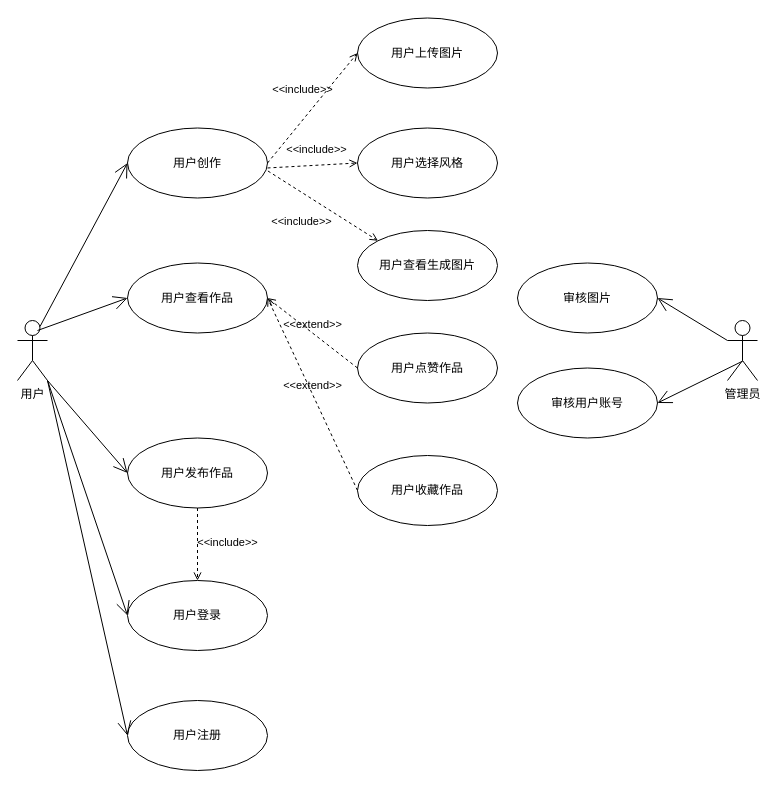
This is page "用户用例" (1 of 2) of doc/业务用例图.drawio from jwj1342/VanGogh, a draw.io file, before an edit. Source tidied: cells renumbered, new cells numbered last; positions are measured from the earlier drawing's top-left corner, leaving out a move shared by most shapes. Both pictures are drawn from the tidied source at 100%, with x=0, y=0 at pixel (17, 18).
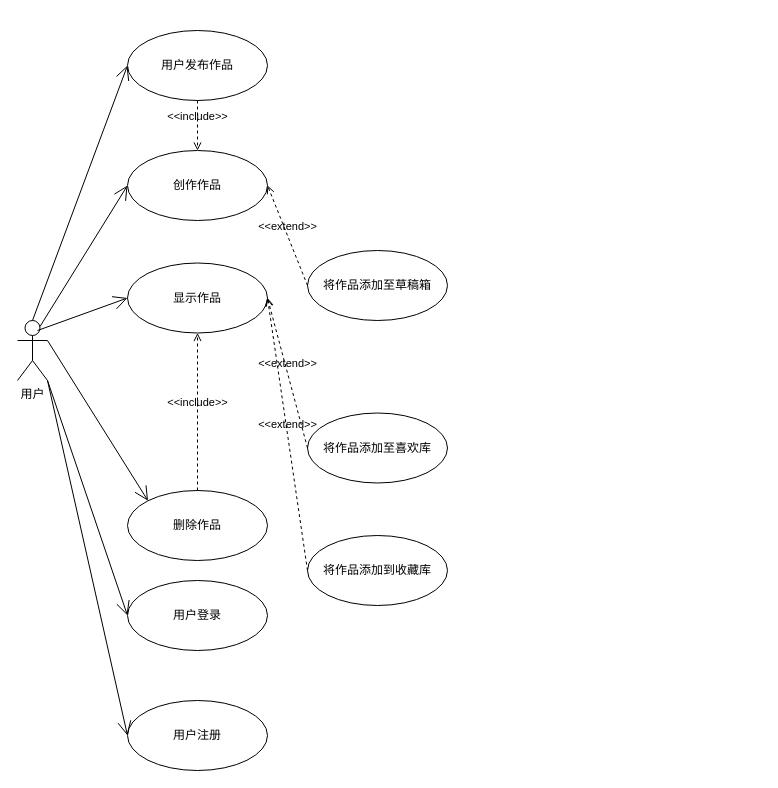
After the change.

Commit message:
完成用例图

The change refers to these unchanged cells:
```xml
<mxCell id="10" value="用户" style="shape=umlActor;verticalLabelPosition=bottom;verticalAlign=top;html=1;" parent="1" vertex="1">
  <mxGeometry y="302" width="30" height="60" as="geometry" />
</mxCell>
<mxCell id="15" value="用户登录" style="ellipse;whiteSpace=wrap;html=1;" parent="1" vertex="1">
  <mxGeometry x="110" y="562" width="140" height="70" as="geometry" />
</mxCell>
```

The edit, as a diff of the source:
```diff
@@
-    <mxCell id="2" value="管理员" style="shape=umlActor;verticalLabelPosition=bottom;verticalAlign=top;html=1;" parent="1" vertex="1">
-      <mxGeometry x="710" y="302" width="30" height="60" as="geometry" />
-    </mxCell>
-    <mxCell id="3" value="用户上传图片" style="ellipse;whiteSpace=wrap;html=1;" parent="1" vertex="1">
-      <mxGeometry x="340" y="-0.5" width="140" height="70" as="geometry" />
-    </mxCell>
-    <mxCell id="4" value="用户选择风格" style="ellipse;whiteSpace=wrap;html=1;" parent="1" vertex="1">
-      <mxGeometry x="340" y="109.5" width="140" height="70" as="geometry" />
-    </mxCell>
-    <mxCell id="5" value="用户查看生成图片" style="ellipse;whiteSpace=wrap;html=1;" parent="1" vertex="1">
-      <mxGeometry x="340" y="212" width="140" height="70" as="geometry" />
-    </mxCell>
     <mxCell id="6" value="用户发布作品" style="ellipse;whiteSpace=wrap;html=1;" parent="1" vertex="1">
-      <mxGeometry x="110" y="419.5" width="140" height="70" as="geometry" />
+      <mxGeometry x="110" y="12" width="140" height="70" as="geometry" />
     </mxCell>
-    <mxCell id="7" value="用户查看作品" style="ellipse;whiteSpace=wrap;html=1;" parent="1" vertex="1">
+    <mxCell id="7" value="显示作品" style="ellipse;whiteSpace=wrap;html=1;" parent="1" vertex="1">
       <mxGeometry x="110" y="244.5" width="140" height="70" as="geometry" />
     </mxCell>
-    <mxCell id="8" value="审核图片" style="ellipse;whiteSpace=wrap;html=1;" parent="1" vertex="1">
-      <mxGeometry x="500" y="244.5" width="140" height="70" as="geometry" />
-    </mxCell>
-    <mxCell id="9" value="审核用户账号" style="ellipse;whiteSpace=wrap;html=1;" parent="1" vertex="1">
-      <mxGeometry x="500" y="349.5" width="140" height="70" as="geometry" />
-    </mxCell>
@@
-    <mxCell id="11" style="endArrow=open;endFill=1;endSize=12;html=1;rounded=0;entryX=0;entryY=0.5;entryDx=0;entryDy=0;" parent="1" edge="1" target="6">
-      <mxGeometry relative="1" as="geometry">
-        <mxPoint x="30" y="362" as="sourcePoint" />
-      </mxGeometry>
+    <mxCell id="11" style="endArrow=open;endFill=1;endSize=12;html=1;rounded=0;entryX=0;entryY=0.5;entryDx=0;entryDy=0;exitX=0.5;exitY=0;exitDx=0;exitDy=0;exitPerimeter=0;" parent="1" edge="1" source="10" target="6">
+      <mxGeometry relative="1" as="geometry" />
     </mxCell>
@@
-    <mxCell id="13" style="endArrow=open;endFill=1;endSize=12;html=1;rounded=0;exitX=0;exitY=0.3333333333333333;exitDx=0;exitDy=0;exitPerimeter=0;entryX=1;entryY=0.5;entryDx=0;entryDy=0;" parent="1" edge="1" source="2" target="8">
-      <mxGeometry relative="1" as="geometry" />
-    </mxCell>
-    <mxCell id="14" style="endArrow=open;endFill=1;endSize=12;html=1;rounded=0;exitX=0.506;exitY=0.677;exitDx=0;exitDy=0;exitPerimeter=0;entryX=1;entryY=0.5;entryDx=0;entryDy=0;" parent="1" edge="1" source="2" target="9">
-      <mxGeometry relative="1" as="geometry" />
-    </mxCell>
@@
-    <mxCell id="16" value="用户创作" style="ellipse;whiteSpace=wrap;html=1;" parent="1" vertex="1">
-      <mxGeometry x="110" y="109.5" width="140" height="70" as="geometry" />
+    <mxCell id="16" value="创作作品" style="ellipse;whiteSpace=wrap;html=1;" parent="1" vertex="1">
+      <mxGeometry x="110" y="132" width="140" height="70" as="geometry" />
     </mxCell>
@@
-    <mxCell id="18" value="&amp;lt;&amp;lt;include&amp;gt;&amp;gt;" style="html=1;verticalAlign=bottom;labelBackgroundColor=none;endArrow=open;endFill=0;dashed=1;rounded=0;entryX=0;entryY=0.5;entryDx=0;entryDy=0;exitX=1;exitY=0.5;exitDx=0;exitDy=0;" parent="1" edge="1" source="16" target="3">
-      <mxGeometry x="0.01" y="14" relative="1" as="geometry" />
-    </mxCell>
-    <mxCell id="19" value="&amp;lt;&amp;lt;include&amp;gt;&amp;gt;" style="html=1;verticalAlign=bottom;labelBackgroundColor=none;endArrow=open;endFill=0;dashed=1;rounded=0;entryX=0;entryY=0.5;entryDx=0;entryDy=0;exitX=1;exitY=0.571;exitDx=0;exitDy=0;exitPerimeter=0;" parent="1" edge="1" source="16" target="4">
-      <mxGeometry x="0.08" y="7" relative="1" as="geometry" />
-    </mxCell>
-    <mxCell id="20" value="&amp;lt;&amp;lt;include&amp;gt;&amp;gt;" style="html=1;verticalAlign=bottom;labelBackgroundColor=none;endArrow=open;endFill=0;dashed=1;rounded=0;entryX=0;entryY=0;entryDx=0;entryDy=0;exitX=1.003;exitY=0.614;exitDx=0;exitDy=0;exitPerimeter=0;" parent="1" edge="1" source="16" target="5">
-      <mxGeometry x="-0.08" y="-32" relative="1" as="geometry" />
-    </mxCell>
@@
-    <mxCell id="24" value="用户点赞作品" style="ellipse;whiteSpace=wrap;html=1;" parent="1" vertex="1">
-      <mxGeometry x="340" y="314.5" width="140" height="70" as="geometry" />
+    <mxCell id="24" value="将作品添加至喜欢库" style="ellipse;whiteSpace=wrap;html=1;" parent="1" vertex="1">
+      <mxGeometry x="290" y="394.5" width="140" height="70" as="geometry" />
     </mxCell>
-    <mxCell id="25" value="用户收藏作品" style="ellipse;whiteSpace=wrap;html=1;" parent="1" vertex="1">
-      <mxGeometry x="340" y="437" width="140" height="70" as="geometry" />
+    <mxCell id="25" value="将作品添加到收藏库" style="ellipse;whiteSpace=wrap;html=1;" parent="1" vertex="1">
+      <mxGeometry x="290" y="517" width="140" height="70" as="geometry" />
     </mxCell>
@@
+    <mxCell id="29" value="删除作品" style="ellipse;whiteSpace=wrap;html=1;" parent="1" vertex="1">
+      <mxGeometry x="110" y="472" width="140" height="70" as="geometry" />
+    </mxCell>
+    <mxCell id="30" style="endArrow=open;endFill=1;endSize=12;html=1;rounded=0;entryX=0;entryY=0;entryDx=0;entryDy=0;exitX=1;exitY=0.3333333333333333;exitDx=0;exitDy=0;exitPerimeter=0;" parent="1" edge="1" source="10" target="29">
+      <mxGeometry relative="1" as="geometry" />
+    </mxCell>
+    <mxCell id="31" value="&amp;lt;&amp;lt;include&amp;gt;&amp;gt;" style="html=1;verticalAlign=bottom;labelBackgroundColor=none;endArrow=open;endFill=0;dashed=1;rounded=0;" parent="1" edge="1" target="7">
+      <mxGeometry relative="1" as="geometry">
+        <mxPoint x="180" y="472" as="sourcePoint" />
+      </mxGeometry>
+    </mxCell>
+    <mxCell id="32" value="将作品添加至草稿箱" style="ellipse;whiteSpace=wrap;html=1;" parent="1" vertex="1">
+      <mxGeometry x="290" y="232" width="140" height="70" as="geometry" />
+    </mxCell>
+    <mxCell id="33" value="&amp;lt;&amp;lt;extend&amp;gt;&amp;gt;" style="html=1;verticalAlign=bottom;labelBackgroundColor=none;endArrow=open;endFill=0;dashed=1;rounded=0;entryX=1;entryY=0.5;entryDx=0;entryDy=0;exitX=0;exitY=0.5;exitDx=0;exitDy=0;" parent="1" edge="1" source="32" target="16">
+      <mxGeometry relative="1" as="geometry" />
+    </mxCell>
-    <mxCell id="28" value="&amp;lt;&amp;lt;include&amp;gt;&amp;gt;" style="html=1;verticalAlign=bottom;labelBackgroundColor=none;endArrow=open;endFill=0;dashed=1;rounded=0;exitX=0.5;exitY=1;exitDx=0;exitDy=0;entryX=0.5;entryY=0;entryDx=0;entryDy=0;" parent="1" edge="1" source="6" target="15">
-      <mxGeometry x="0.17" y="30" relative="1" as="geometry">
-        <mxPoint y="1" as="offset" />
-      </mxGeometry>
+    <mxCell id="28" value="&amp;lt;&amp;lt;include&amp;gt;&amp;gt;" style="html=1;verticalAlign=bottom;labelBackgroundColor=none;endArrow=open;endFill=0;dashed=1;rounded=0;exitX=0.5;exitY=1;exitDx=0;exitDy=0;entryX=0.5;entryY=0;entryDx=0;entryDy=0;" parent="1" edge="1" source="6" target="16">
+      <mxGeometry relative="1" as="geometry" />
     </mxCell>
```
